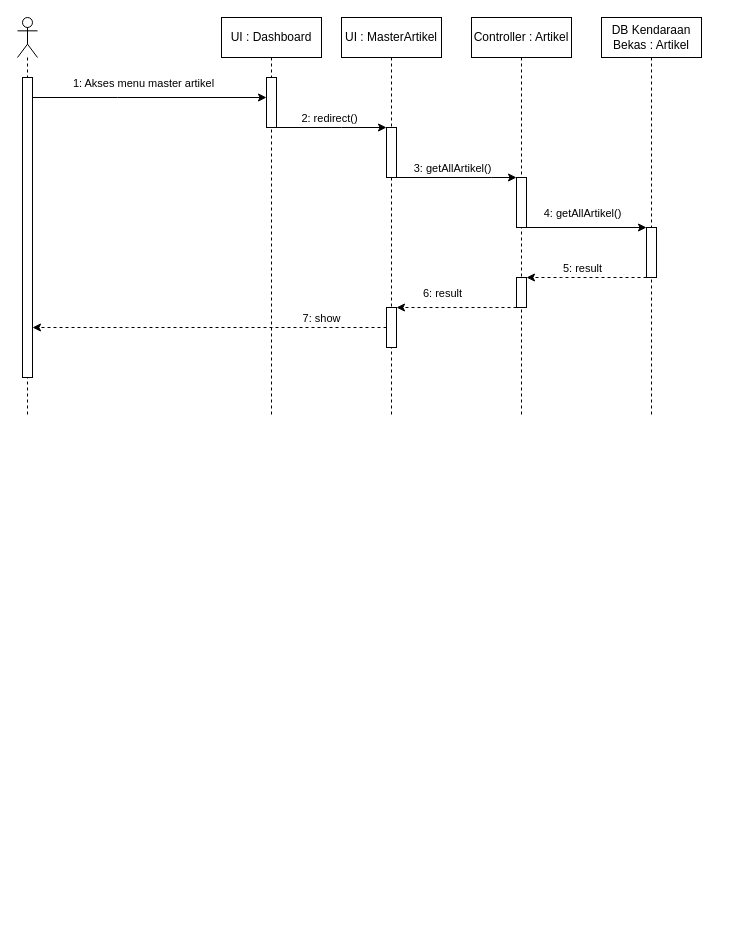
The draw.io diagram page "Show Artikel" (12 of 27) of UML/Sequence Web.drawio in DevinWilliady/KendaraanBekasUML, before the edit. Source tidied: cells renumbered, new cells numbered last; positions are measured from the earlier drawing's top-left corner, leaving out a move shared by most shapes. Both pictures are drawn from the tidied source at 100%, with x=0, y=0 at pixel (17, 17).
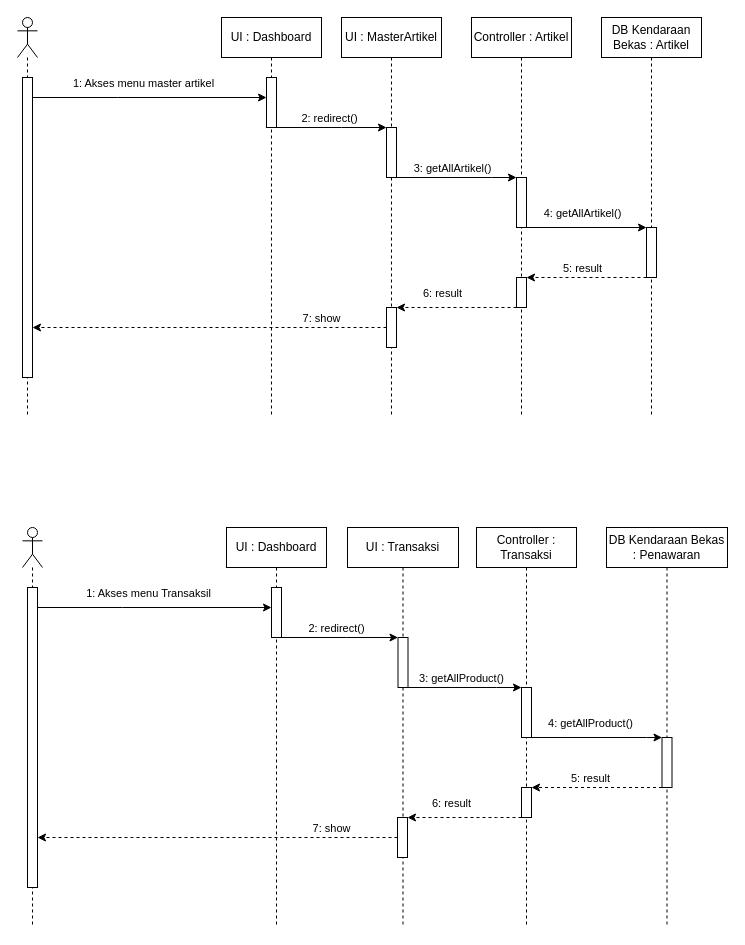
The same page after the edit.

The edit, as a diff of the source:
```diff
@@
+    <mxCell id="28" style="shape=umlLifeline;participant=umlActor;perimeter=lifelinePerimeter;whiteSpace=wrap;html=1;verticalAlign=top;spacingTop=36;" parent="1" vertex="1">
+      <mxGeometry x="5" y="510" width="20" height="400" as="geometry" />
+    </mxCell>
+    <mxCell id="29" style="html=1;points=[];perimeter=orthogonalPerimeter;" parent="28" vertex="1">
+      <mxGeometry x="5" y="60" width="10" height="300" as="geometry" />
+    </mxCell>
+    <mxCell id="30" value="UI : Dashboard" style="shape=umlLifeline;perimeter=lifelinePerimeter;whiteSpace=wrap;html=1;" parent="1" vertex="1">
+      <mxGeometry x="209" y="510" width="100" height="400" as="geometry" />
+    </mxCell>
+    <mxCell id="31" style="html=1;points=[];perimeter=orthogonalPerimeter;" parent="30" vertex="1">
+      <mxGeometry x="45" y="60" width="10" height="50" as="geometry" />
+    </mxCell>
+    <mxCell id="32" value="UI : Transaksi" style="shape=umlLifeline;perimeter=lifelinePerimeter;whiteSpace=wrap;html=1;" parent="1" vertex="1">
+      <mxGeometry x="330" y="510" width="111" height="400" as="geometry" />
+    </mxCell>
+    <mxCell id="33" style="html=1;points=[];perimeter=orthogonalPerimeter;" parent="32" vertex="1">
+      <mxGeometry x="50.5" y="110" width="10" height="50" as="geometry" />
+    </mxCell>
+    <mxCell id="34" style="html=1;points=[];perimeter=orthogonalPerimeter;" parent="32" vertex="1">
+      <mxGeometry x="50" y="290" width="10" height="40" as="geometry" />
+    </mxCell>
+    <mxCell id="35" style="edgeStyle=orthogonalEdgeStyle;rounded=0;jettySize=auto;html=1;" parent="1" edge="1" source="29" target="31">
+      <mxGeometry relative="1" as="geometry">
+        <Array as="points">
+          <mxPoint x="105" y="590" />
+          <mxPoint x="105" y="590" />
+        </Array>
+      </mxGeometry>
+    </mxCell>
+    <mxCell id="36" value="1: Akses menu Transaksil" style="edgeLabel;html=1;align=center;verticalAlign=middle;" parent="35" vertex="1">
+      <mxGeometry x="-0.25" y="3" relative="1" as="geometry">
+        <mxPoint x="22" y="-12" as="offset" />
+      </mxGeometry>
+    </mxCell>
+    <mxCell id="37" style="edgeStyle=orthogonalEdgeStyle;rounded=0;jettySize=auto;html=1;" parent="1" edge="1" source="31" target="33">
+      <mxGeometry relative="1" as="geometry">
+        <Array as="points">
+          <mxPoint x="329" y="620" />
+          <mxPoint x="329" y="620" />
+        </Array>
+      </mxGeometry>
+    </mxCell>
+    <mxCell id="38" value="2: redirect()" style="edgeLabel;html=1;align=center;verticalAlign=middle;" parent="37" vertex="1">
+      <mxGeometry x="-0.22" relative="1" as="geometry">
+        <mxPoint x="9" y="-10" as="offset" />
+      </mxGeometry>
+    </mxCell>
+    <mxCell id="39" value="Controller : Transaksi" style="shape=umlLifeline;perimeter=lifelinePerimeter;whiteSpace=wrap;html=1;" parent="1" vertex="1">
+      <mxGeometry x="459" y="510" width="100" height="400" as="geometry" />
+    </mxCell>
+    <mxCell id="40" style="html=1;points=[];perimeter=orthogonalPerimeter;" parent="39" vertex="1">
+      <mxGeometry x="45" y="160" width="10" height="50" as="geometry" />
+    </mxCell>
+    <mxCell id="41" style="html=1;points=[];perimeter=orthogonalPerimeter;" parent="39" vertex="1">
+      <mxGeometry x="45" y="260" width="10" height="30" as="geometry" />
+    </mxCell>
+    <mxCell id="42" value="DB Kendaraan Bekas : Penawaran" style="shape=umlLifeline;perimeter=lifelinePerimeter;whiteSpace=wrap;html=1;" parent="1" vertex="1">
+      <mxGeometry x="589" y="510" width="121" height="400" as="geometry" />
+    </mxCell>
+    <mxCell id="43" style="html=1;points=[];perimeter=orthogonalPerimeter;" parent="42" vertex="1">
+      <mxGeometry x="55.5" y="210" width="10" height="50" as="geometry" />
+    </mxCell>
+    <mxCell id="44" style="edgeStyle=orthogonalEdgeStyle;rounded=0;jettySize=auto;html=1;" parent="1" edge="1" source="33" target="40">
+      <mxGeometry relative="1" as="geometry">
+        <Array as="points">
+          <mxPoint x="479" y="670" />
+          <mxPoint x="479" y="670" />
+        </Array>
+      </mxGeometry>
+    </mxCell>
+    <mxCell id="45" value="3: getAllProduct()" style="edgeLabel;html=1;align=center;verticalAlign=middle;" parent="44" vertex="1">
+      <mxGeometry x="-0.23" y="-1" relative="1" as="geometry">
+        <mxPoint x="9" y="-11" as="offset" />
+      </mxGeometry>
+    </mxCell>
+    <mxCell id="46" style="edgeStyle=orthogonalEdgeStyle;rounded=0;jettySize=auto;html=1;" parent="1" edge="1" source="40" target="43">
+      <mxGeometry relative="1" as="geometry">
+        <Array as="points">
+          <mxPoint x="629" y="720" />
+          <mxPoint x="629" y="720" />
+        </Array>
+      </mxGeometry>
+    </mxCell>
+    <mxCell id="47" value="4: getAllProduct()" style="edgeLabel;html=1;align=center;verticalAlign=middle;" parent="46" vertex="1">
+      <mxGeometry x="-0.29" y="1" relative="1" as="geometry">
+        <mxPoint x="12" y="-14" as="offset" />
+      </mxGeometry>
+    </mxCell>
+    <mxCell id="48" style="edgeStyle=orthogonalEdgeStyle;rounded=0;jettySize=auto;html=1;dashed=1;" parent="1" edge="1" source="43" target="41">
+      <mxGeometry relative="1" as="geometry">
+        <Array as="points">
+          <mxPoint x="549" y="770" />
+          <mxPoint x="549" y="770" />
+        </Array>
+      </mxGeometry>
+    </mxCell>
+    <mxCell id="49" value="5: result" style="edgeLabel;html=1;align=center;verticalAlign=middle;" parent="48" vertex="1">
+      <mxGeometry x="0.27" relative="1" as="geometry">
+        <mxPoint x="11" y="-10" as="offset" />
+      </mxGeometry>
+    </mxCell>
+    <mxCell id="50" style="edgeStyle=orthogonalEdgeStyle;rounded=0;jettySize=auto;html=1;dashed=1;" parent="1" edge="1" source="41" target="34">
+      <mxGeometry relative="1" as="geometry">
+        <Array as="points">
+          <mxPoint x="479" y="800" />
+          <mxPoint x="479" y="800" />
+        </Array>
+      </mxGeometry>
+    </mxCell>
+    <mxCell id="51" value="6: result" style="edgeLabel;html=1;align=center;verticalAlign=middle;" parent="50" vertex="1">
+      <mxGeometry x="0.23" y="1" relative="1" as="geometry">
+        <mxPoint x="-1" y="-16" as="offset" />
+      </mxGeometry>
+    </mxCell>
+    <mxCell id="52" style="edgeStyle=orthogonalEdgeStyle;rounded=0;jettySize=auto;html=1;dashed=1;" parent="1" edge="1" source="34" target="29">
+      <mxGeometry relative="1" as="geometry">
+        <Array as="points">
+          <mxPoint x="115" y="820" />
+          <mxPoint x="115" y="820" />
+        </Array>
+      </mxGeometry>
+    </mxCell>
+    <mxCell id="53" value="7: show" style="edgeLabel;html=1;align=center;verticalAlign=middle;" parent="52" vertex="1">
+      <mxGeometry x="-0.64" y="-2" relative="1" as="geometry">
+        <mxPoint x="-2" y="-8" as="offset" />
+      </mxGeometry>
+    </mxCell>
```
